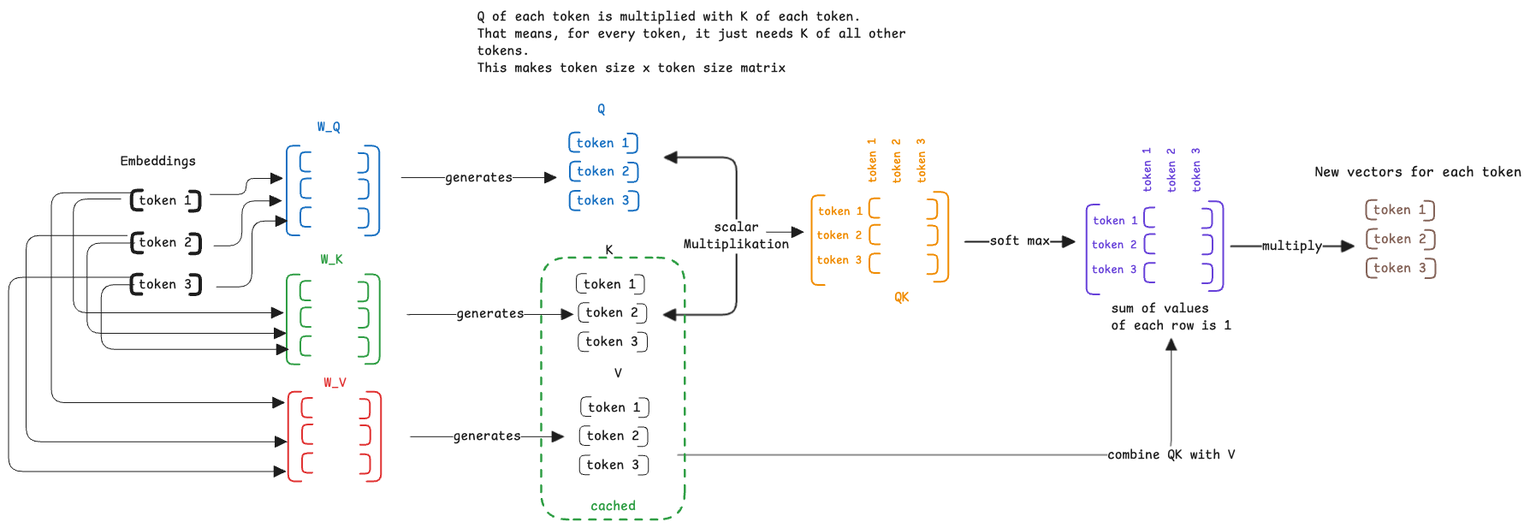
Earlier version of the Excalidraw export static/img/ai-llm-kv-cache.excalidraw.png (swaroopar/inprogress-engineer). Source tidied: one line per element, renumbered; positions are measured from the earlier drawing's top-left corner, leaving out a move shared by most shapes.
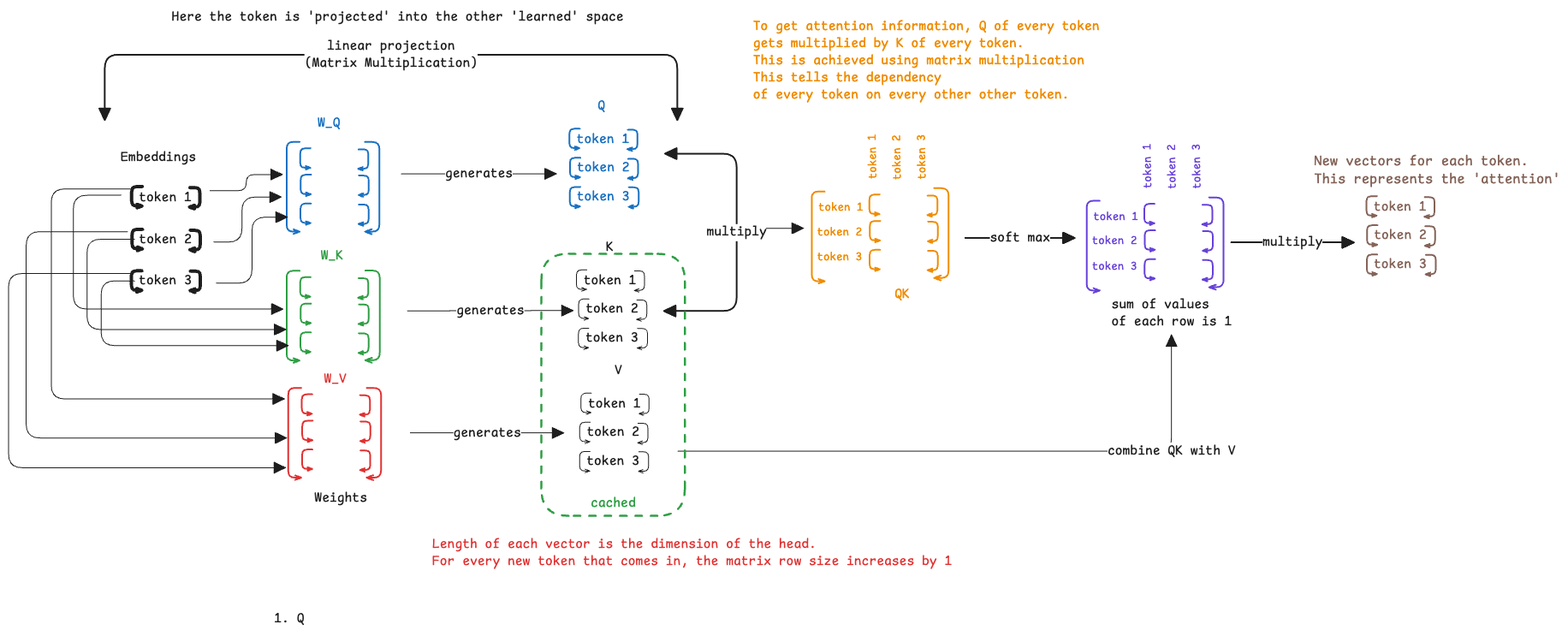
The same file after the commit.

What changed in the source:
```diff
@@ -81,7 +81,7 @@
 {"id": 80, "type": "arrow", "strokeColor": "#1e1e1e", "strokeWidth": 1, "roughness": 0, "endArrowhead": "triangle", "to": 132, "x": 469, "y": 500, "width": 179, "height": 0, "points": [[0, 0], [179, 0]]}
 {"id": 81, "type": "text", "text": "generates", "strokeColor": "#1e1e1e", "strokeWidth": 4, "strokeStyle": "dashed", "roughness": 0, "fontSize": 16, "fontFamily": 8, "textAlign": "center", "verticalAlign": "middle", "inside": 80, "x": 520, "y": 490, "width": 79, "height": 20}
 {"id": 82, "type": "arrow", "strokeColor": "#1e1e1e", "strokeWidth": 2, "roughness": 0, "startArrowhead": "triangle", "endArrowhead": "triangle", "x": 767, "y": 174, "width": 85, "height": 184, "points": [[0, 0], [84, 0], [84, 184], [-1, 184]]}
-{"id": 83, "type": "text", "text": "scalar\nMultiplikation", "strokeColor": "#1e1e1e", "strokeWidth": 1, "roughness": 0, "fontSize": 16, "fontFamily": 8, "textAlign": "center", "verticalAlign": "middle", "inside": 82, "x": 674, "y": 248, "width": 123, "height": 40}
+{"id": 83, "type": "text", "text": "multiply", "strokeColor": "#1e1e1e", "strokeWidth": 1, "roughness": 0, "fontSize": 16, "fontFamily": 8, "textAlign": "center", "verticalAlign": "middle", "inside": 82, "x": 815, "y": 256, "width": 70, "height": 20}
 {"id": 84, "type": "arrow", "strokeColor": "#f08c00", "strokeWidth": 2, "roughness": 0, "x": 1018, "y": 222, "width": 12, "height": 23, "points": [[0, 0], [-12, 0], [-12, 23], [0, 23]]}
 {"id": 85, "type": "arrow", "strokeColor": "#f08c00", "strokeWidth": 2, "roughness": 0, "x": 1074, "y": 223, "width": 12, "height": 23, "points": [[0, 0], [12, 0], [12, 23], [0, 23]]}
 {"id": 86, "type": "arrow", "strokeColor": "#f08c00", "strokeWidth": 2, "roughness": 0, "x": 1018, "y": 253, "width": 12, "height": 23, "points": [[0, 0], [-12, 0], [-12, 23], [0, 23]]}
@@ -92,7 +92,6 @@
 {"id": 91, "type": "arrow", "strokeColor": "#f08c00", "strokeWidth": 2, "roughness": 0, "x": 1081, "y": 214, "width": 17, "height": 105, "points": [[0, 0], [17, 0], [17, 105], [0, 105]]}
 {"id": 92, "type": "arrow", "strokeColor": "#1e1e1e", "strokeWidth": 1, "roughness": 0, "endArrowhead": "triangle", "x": 885, "y": 261, "width": 44, "height": 0, "points": [[0, 0], [44, 0]]}
 {"id": 93, "type": "text", "text": "QK", "strokeColor": "#f08c00", "strokeWidth": 2, "roughness": 0, "fontSize": 16, "fontFamily": 8, "x": 1035, "y": 328, "width": 18, "height": 20}
-{"id": 94, "type": "text", "text": "Q of each token is multiplied with K of each token.\nThat means, for every token, it just needs K of all other\ntokens.\nThis makes token size x token size matrix", "strokeColor": "#1e1e1e", "strokeWidth": 1, "roughness": 0, "fontSize": 16, "fontFamily": 8, "x": 547, "y": 0, "width": 511, "height": 80}
 {"id": 95, "type": "arrow", "strokeColor": "#1e1e1e", "strokeWidth": 2, "roughness": 0, "endArrowhead": "triangle", "x": 1118, "y": 272, "width": 128, "height": 0, "points": [[0, 0], [128, 0]]}
 {"id": 96, "type": "text", "text": "soft max", "strokeColor": "#1e1e1e", "strokeWidth": 1, "roughness": 0, "fontSize": 16, "fontFamily": 8, "textAlign": "center", "verticalAlign": "middle", "inside": 95, "x": 986, "y": 255, "width": 70, "height": 20}
 {"id": 97, "type": "text", "text": "sum of values\nof each row is 1", "strokeColor": "#1e1e1e", "strokeWidth": 1, "roughness": 0, "fontSize": 16, "fontFamily": 8, "x": 1288, "y": 341, "width": 141, "height": 40}
@@ -129,6 +128,13 @@
 {"id": 128, "type": "text", "text": "token 2", "strokeColor": "#846358", "strokeWidth": 2, "roughness": 0, "fontSize": 16, "fontFamily": 8, "x": 1595, "y": 260, "width": 62, "height": 20}
 {"id": 129, "type": "text", "text": "token 3", "strokeColor": "#846358", "strokeWidth": 2, "roughness": 0, "fontSize": 16, "fontFamily": 8, "x": 1595, "y": 294, "width": 62, "height": 20}
 {"id": 130, "type": "arrow", "strokeColor": "#846358", "strokeWidth": 2, "roughness": 0, "x": 1656, "y": 292, "width": 12, "height": 23, "points": [[0, 0], [12, 0], [12, 23], [0, 23]]}
-{"id": 131, "type": "text", "text": "New vectors for each token", "strokeColor": "#1e1e1e", "strokeWidth": 1, "roughness": 0, "fontSize": 16.89, "fontFamily": 8, "x": 1527, "y": 181, "width": 242, "height": 21}
+{"id": 131, "type": "text", "text": "New vectors for each token.\nThis represents the 'attention'", "strokeColor": "#846358", "strokeWidth": 1, "roughness": 0, "fontSize": 16.89, "fontFamily": 8, "x": 1525, "y": 173, "width": 288, "height": 42}
 {"id": 132, "type": "rectangle", "strokeColor": "#2f9e44", "strokeWidth": 2, "strokeStyle": "dashed", "roughness": 0, "round": true, "x": 622, "y": 291, "width": 168, "height": 306}
 {"id": 133, "type": "text", "text": "cached", "strokeColor": "#2f9e44", "strokeWidth": 2, "strokeStyle": "dashed", "roughness": 0, "fontSize": 16, "fontFamily": 8, "textAlign": "center", "verticalAlign": "bottom", "inside": 132, "x": 680, "y": 572, "width": 53, "height": 20}
+{"id": 134, "type": "text", "text": "To get attention information, Q of every token \ngets multiplied by K of every token.\nThis is achieved using matrix multiplication\nThis tells the dependency\nof every token on every other other token.", "strokeColor": "#f08c00", "strokeWidth": 2, "roughness": 1, "fontSize": 16, "fontFamily": 8, "x": 870, "y": 16, "width": 414, "height": 100}
+{"id": 135, "type": "text", "text": "Length of each vector is the dimension of the head.\nFor every new token that comes in, the matrix row size increases by 1", "strokeColor": "#e03131", "strokeWidth": 2, "roughness": 1, "fontSize": 16, "fontFamily": 8, "x": 495, "y": 620, "width": 607, "height": 40}
+{"id": 136, "type": "text", "text": "Weights", "strokeColor": "#1e1e1e", "strokeWidth": 2, "roughness": 1, "fontSize": 16, "fontFamily": 8, "x": 357, "y": 567, "width": 62, "height": 20}
+{"id": 137, "type": "text", "text": "    1. Q ", "strokeColor": "#1e1e1e", "strokeWidth": 2, "roughness": 1, "fontSize": 16, "fontFamily": 8, "x": 275, "y": 708, "width": 79, "height": 20}
+{"id": 138, "type": "arrow", "strokeColor": "#1e1e1e", "strokeWidth": 2, "roughness": 0, "startArrowhead": "triangle", "endArrowhead": "triangle", "x": 112, "y": 135, "width": 669, "height": 76, "points": [[0, 0], [0, -76], [669, -76], [669, 0]]}
+{"id": 139, "type": "text", "text": "linear projection\n(Matrix Multiplication)", "strokeColor": "#1e1e1e", "strokeWidth": 2, "roughness": 0, "fontSize": 16, "fontFamily": 8, "textAlign": "center", "verticalAlign": "middle", "inside": 138, "x": 346, "y": 38, "width": 202, "height": 40}
+{"id": 140, "type": "text", "text": "Here the token is 'projected' into the other 'learned' space", "strokeColor": "#1e1e1e", "strokeWidth": 2, "roughness": 0, "fontSize": 16, "fontFamily": 8, "x": 191, "y": 4, "width": 528, "height": 20}
```
